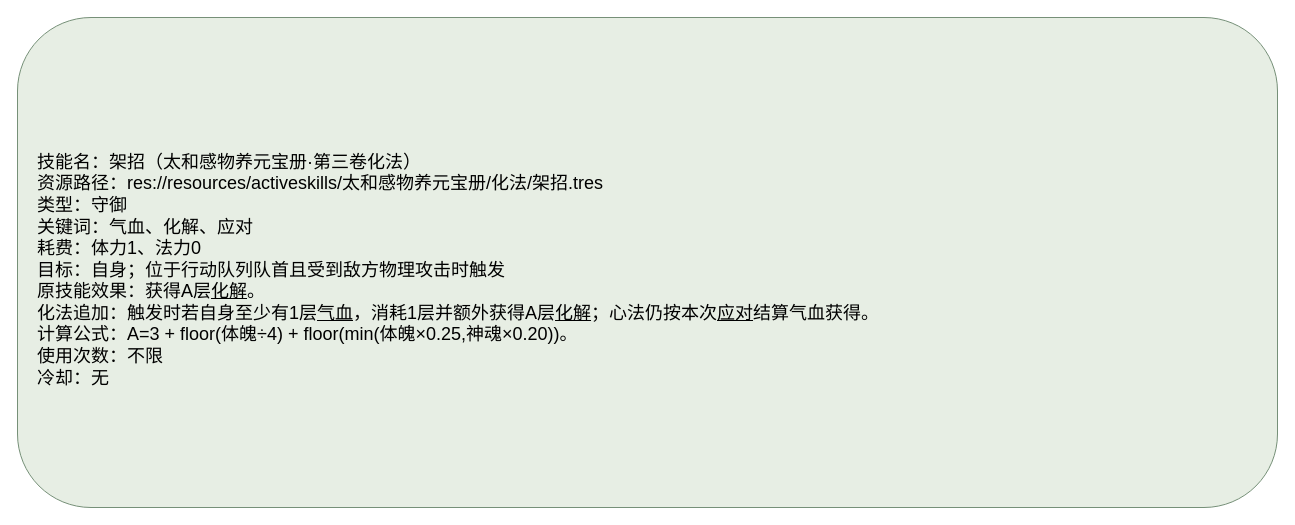
ankundanetracyc-spec/tian-guan-you-du keeps this draw.io diagram as docs/卡牌词典/秘籍技能/太和感物养元宝册/化法/架招.drawio. Above is the earlier version. Source tidied: cells renumbered, new cells numbered last; positions are measured from the earlier drawing's top-left corner, leaving out a move shared by most shapes. Both pictures are drawn from the tidied source at 100%, with x=0, y=0 at pixel (17, 17).
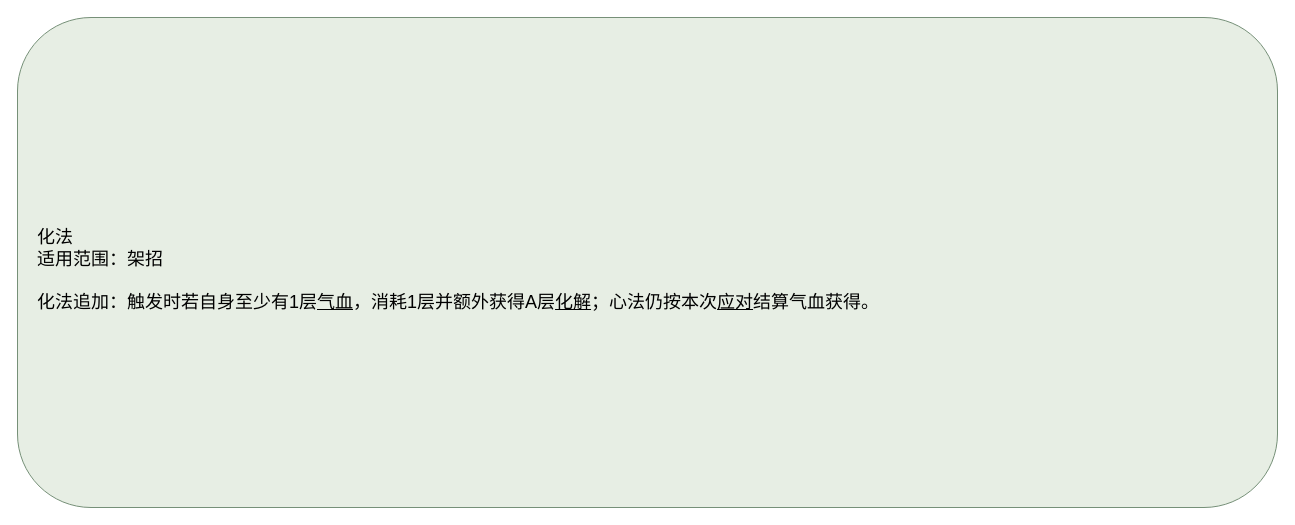
After the change.

What changed in the source:
```diff
@@
 <mxGraphModel>
   <root>
     <mxCell id="0" />
     <mxCell id="1" parent="0" />
-    <mxCell id="2" value="&lt;div style=&quot;text-align:left;&quot;&gt;技能名：架招（太和感物养元宝册·第三卷化法）&lt;br&gt;资源路径：res://resources/activeskills/太和感物养元宝册/化法/架招.tres&lt;br&gt;类型：守御&lt;br&gt;关键词：气血、化解、应对&lt;br&gt;耗费：体力1、法力0&lt;br&gt;目标：自身；位于行动队列队首且受到敌方物理攻击时触发&lt;br&gt;原技能效果：获得A层&lt;u&gt;化解&lt;/u&gt;。&lt;br&gt;化法追加：触发时若自身至少有1层&lt;u&gt;气血&lt;/u&gt;，消耗1层并额外获得A层&lt;u&gt;化解&lt;/u&gt;；心法仍按本次&lt;u&gt;应对&lt;/u&gt;结算气血获得。&lt;br&gt;计算公式：A=3 + floor(体魄÷4) + floor(min(体魄×0.25,神魂×0.20))。&lt;br&gt;使用次数：不限&lt;br&gt;冷却：无&lt;/div&gt;" style="rounded=1;whiteSpace=wrap;html=1;fillColor=#e7eee4;strokeColor=#769078;fontSize=18;align=left;spacingLeft=18;spacingTop=16;" parent="1" vertex="1">
+    <mxCell id="2" value="&lt;div style=&quot;text-align:left;&quot;&gt;化法&lt;br&gt;适用范围：架招&lt;br&gt;&lt;br&gt;化法追加：触发时若自身至少有1层&lt;u&gt;气血&lt;/u&gt;，消耗1层并额外获得A层&lt;u&gt;化解&lt;/u&gt;；心法仍按本次&lt;u&gt;应对&lt;/u&gt;结算气血获得。&lt;/div&gt;" style="rounded=1;whiteSpace=wrap;html=1;fillColor=#e7eee4;strokeColor=#769078;fontSize=18;align=left;spacingLeft=18;spacingTop=16;" parent="1" vertex="1">
       <mxGeometry width="1260" height="490" as="geometry" />
     </mxCell>
   </root>
 </mxGraphModel>
```
